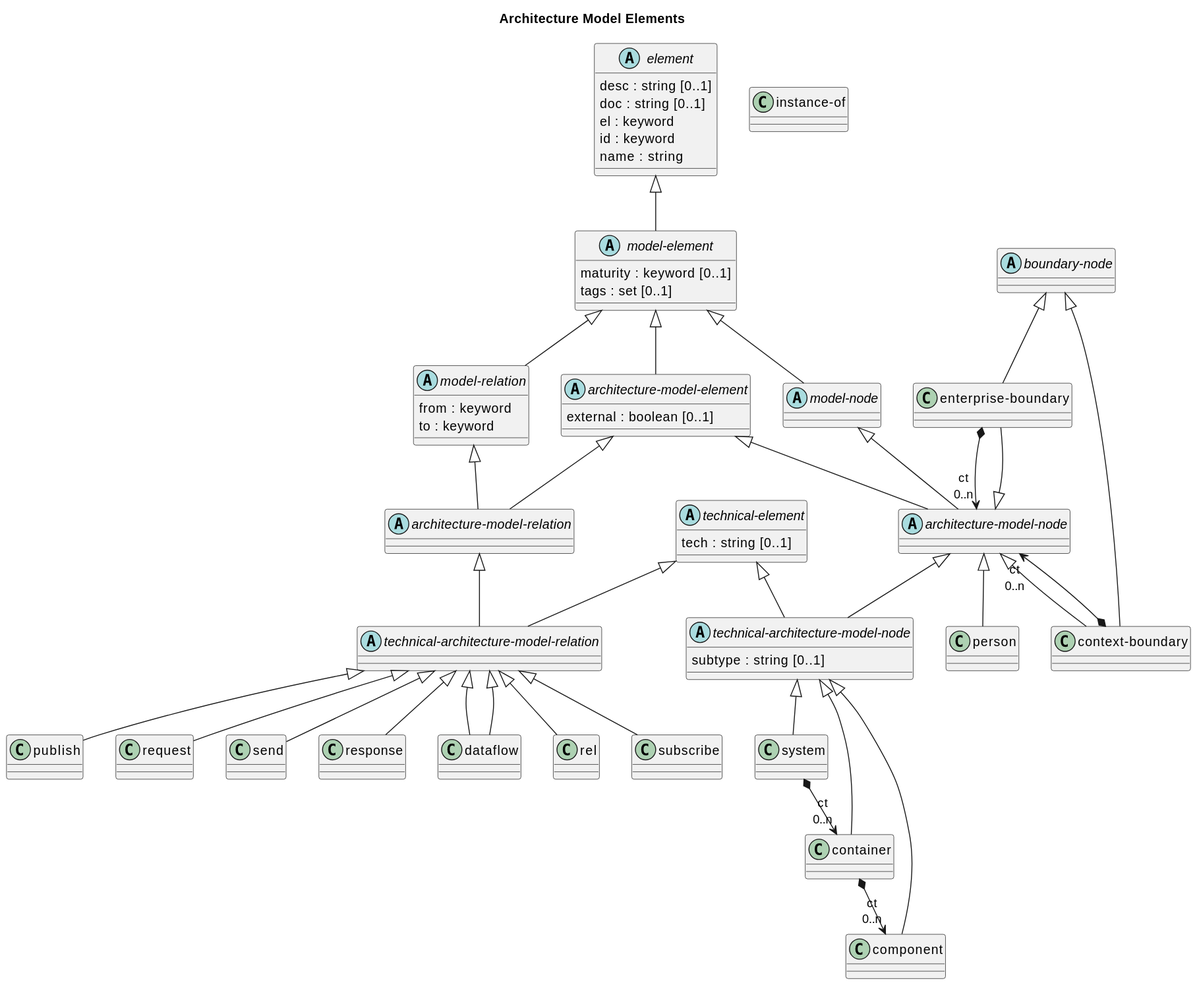
soulspace-org/overarch keeps this PlantUML diagram as doc/images/overarch/data-model/architecture-model-elements.svg. Above is the earlier version.
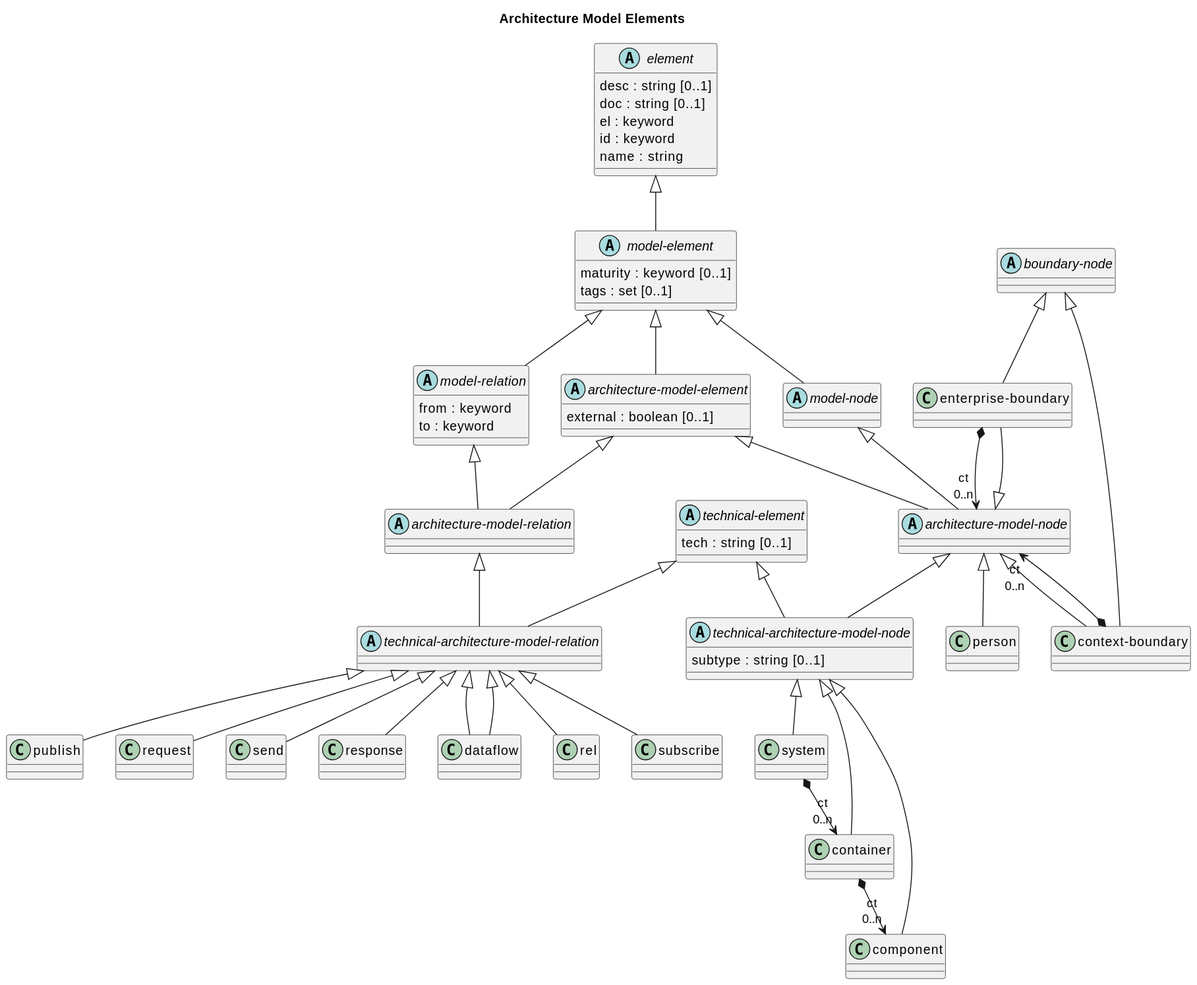
Above is the later version.

Commit message:
update design doc and data model diagrams

Change to the diagram source:
```diff
@@ -31,7 +31,6 @@
 }
 class "rel" as overarch_dataModel_rel {}
 abstract class "boundary-node" as overarch_dataModel_boundaryNode {}
-class "instance-of" as overarch_dataModel_instanceOf {}
 class "subscribe" as overarch_dataModel_subscribe {}
 abstract class "technical-architecture-model-relation" as overarch_dataModel_technicalArchitectureModelRelation {}
 abstract class "element" as overarch_dataModel_element {
```
